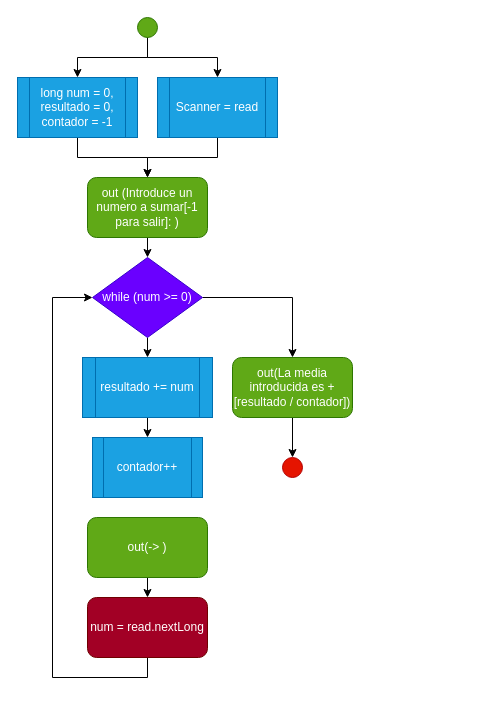
Earlier version of the draw.io diagram page "Ejercicio 3" (3 of 8) of diagramas/Diagramas.drawio (antonionavarro04/Tema3While). Source tidied: cells renumbered, new cells numbered last; positions are measured from the earlier drawing's top-left corner, leaving out a move shared by most shapes. Both pictures are drawn from the tidied source at 100%, with x=0, y=0 at pixel (17, 17).
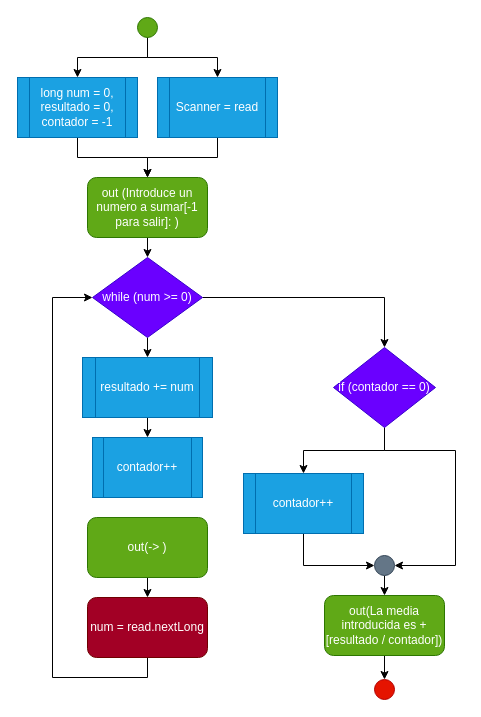
The same page after the edit.

Unchanged cells that the change refers to:
```xml
<mxCell id="13" value="while (num &amp;gt;= 0)" style="rhombus;whiteSpace=wrap;html=1;fillColor=#6a00ff;fontColor=#ffffff;strokeColor=#3700CC;" parent="1" vertex="1">
  <mxGeometry x="75" y="240" width="110" height="80" as="geometry" />
</mxCell>
```

Diff of the diagram source:
```diff
@@
-    <mxCell id="12" style="edgeStyle=orthogonalEdgeStyle;rounded=0;jettySize=auto;html=1;exitX=1;exitY=0.5;exitDx=0;exitDy=0;entryX=0.5;entryY=0;entryDx=0;entryDy=0;" parent="1" edge="1" source="13" target="22">
-      <mxGeometry relative="1" as="geometry" />
-    </mxCell>
+    <mxCell id="24" style="edgeStyle=orthogonalEdgeStyle;rounded=0;jettySize=auto;html=1;exitX=1;exitY=0.5;exitDx=0;exitDy=0;entryX=0.5;entryY=0;entryDx=0;entryDy=0;" parent="1" edge="1" source="13" target="27">
+      <mxGeometry relative="1" as="geometry" />
+    </mxCell>
@@
     <mxCell id="22" value="out(La media introducida es + [resultado / contador])" style="rounded=1;whiteSpace=wrap;html=1;fillColor=#60a917;fontColor=#ffffff;strokeColor=#2D7600;" parent="1" vertex="1">
-      <mxGeometry x="215" y="340" width="120" height="60" as="geometry" />
+      <mxGeometry x="307" y="578" width="120" height="60" as="geometry" />
     </mxCell>
     <mxCell id="23" style="ellipse;whiteSpace=wrap;html=1;fillColor=#e51400;fontColor=#ffffff;strokeColor=#B20000;" parent="1" vertex="1">
-      <mxGeometry x="265" y="440" width="20" height="20" as="geometry" />
+      <mxGeometry x="357" y="662" width="20" height="20" as="geometry" />
     </mxCell>
+    <mxCell id="25" style="edgeStyle=orthogonalEdgeStyle;rounded=0;jettySize=auto;html=1;exitX=0.5;exitY=1;exitDx=0;exitDy=0;entryX=0.5;entryY=0;entryDx=0;entryDy=0;" parent="1" edge="1" source="27" target="29">
+      <mxGeometry relative="1" as="geometry" />
+    </mxCell>
+    <mxCell id="26" style="edgeStyle=orthogonalEdgeStyle;rounded=0;jettySize=auto;html=1;exitX=0.5;exitY=1;exitDx=0;exitDy=0;entryX=1;entryY=0.5;entryDx=0;entryDy=0;" parent="1" edge="1" source="27" target="31">
+      <mxGeometry relative="1" as="geometry">
+        <Array as="points">
+          <mxPoint x="367" y="433" />
+          <mxPoint x="438" y="433" />
+          <mxPoint x="438" y="548" />
+        </Array>
+      </mxGeometry>
+    </mxCell>
+    <mxCell id="27" value="if (contador == 0)" style="rhombus;whiteSpace=wrap;html=1;fillColor=#6a00ff;fontColor=#ffffff;strokeColor=#3700CC;" parent="1" vertex="1">
+      <mxGeometry x="316" y="330" width="102" height="80" as="geometry" />
+    </mxCell>
+    <mxCell id="28" style="edgeStyle=orthogonalEdgeStyle;rounded=0;jettySize=auto;html=1;exitX=0.5;exitY=1;exitDx=0;exitDy=0;entryX=0;entryY=0.5;entryDx=0;entryDy=0;" parent="1" edge="1" source="29" target="31">
+      <mxGeometry relative="1" as="geometry" />
+    </mxCell>
+    <mxCell id="29" value="contador++" style="shape=process;whiteSpace=wrap;html=1;backgroundOutline=1;fillColor=#1ba1e2;fontColor=#ffffff;strokeColor=#006EAF;" parent="1" vertex="1">
+      <mxGeometry x="226" y="456" width="120" height="60" as="geometry" />
+    </mxCell>
+    <mxCell id="30" style="edgeStyle=orthogonalEdgeStyle;rounded=0;jettySize=auto;html=1;exitX=0.5;exitY=1;exitDx=0;exitDy=0;entryX=0.5;entryY=0;entryDx=0;entryDy=0;" parent="1" edge="1" source="31" target="22">
+      <mxGeometry relative="1" as="geometry" />
+    </mxCell>
+    <mxCell id="31" style="ellipse;whiteSpace=wrap;html=1;fillColor=#647687;fontColor=#ffffff;strokeColor=#314354;" parent="1" vertex="1">
+      <mxGeometry x="357" y="538" width="20" height="20" as="geometry" />
+    </mxCell>
```
